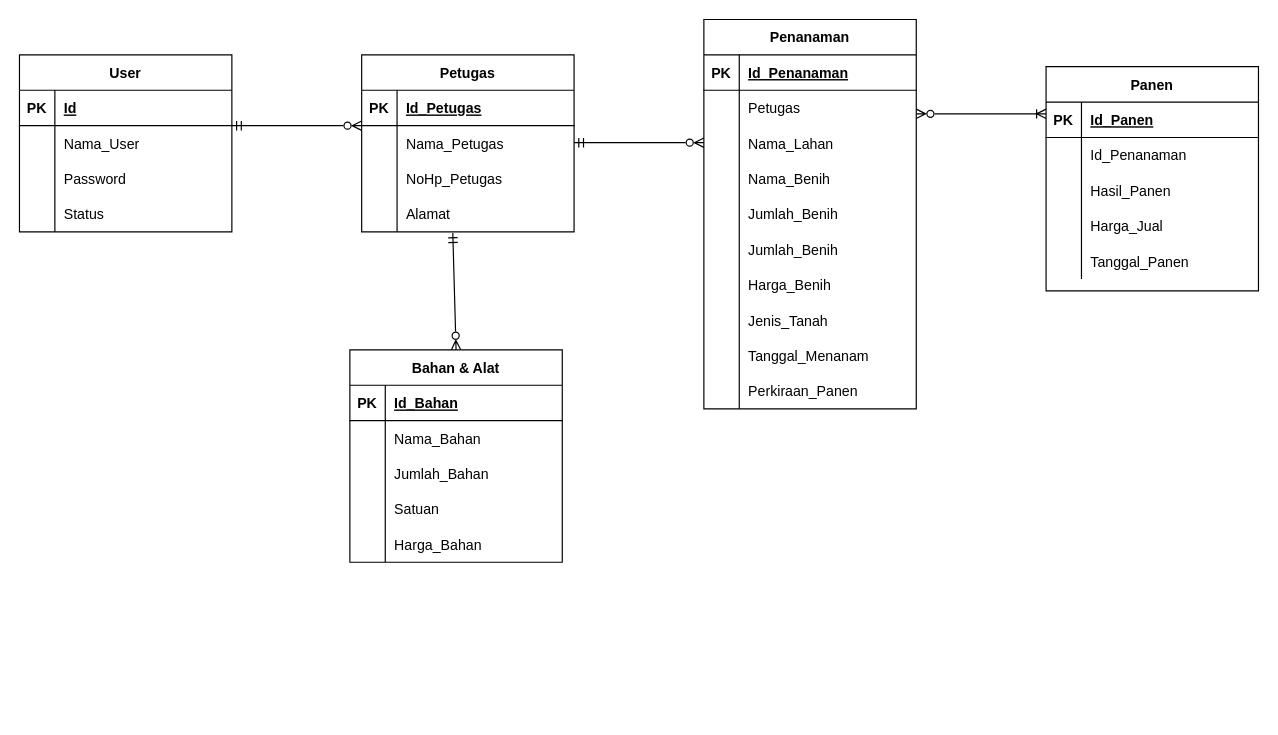
The draw.io diagram pertemuan 3/Pertemuan 3.drawio in ramabhagadhara/IF214002, before the edit. Source tidied: cells renumbered, new cells numbered last; positions are measured from the earlier drawing's top-left corner, leaving out a move shared by most shapes. Both pictures are drawn from the tidied source at 118%, with x=0, y=0 at pixel (19, 19).
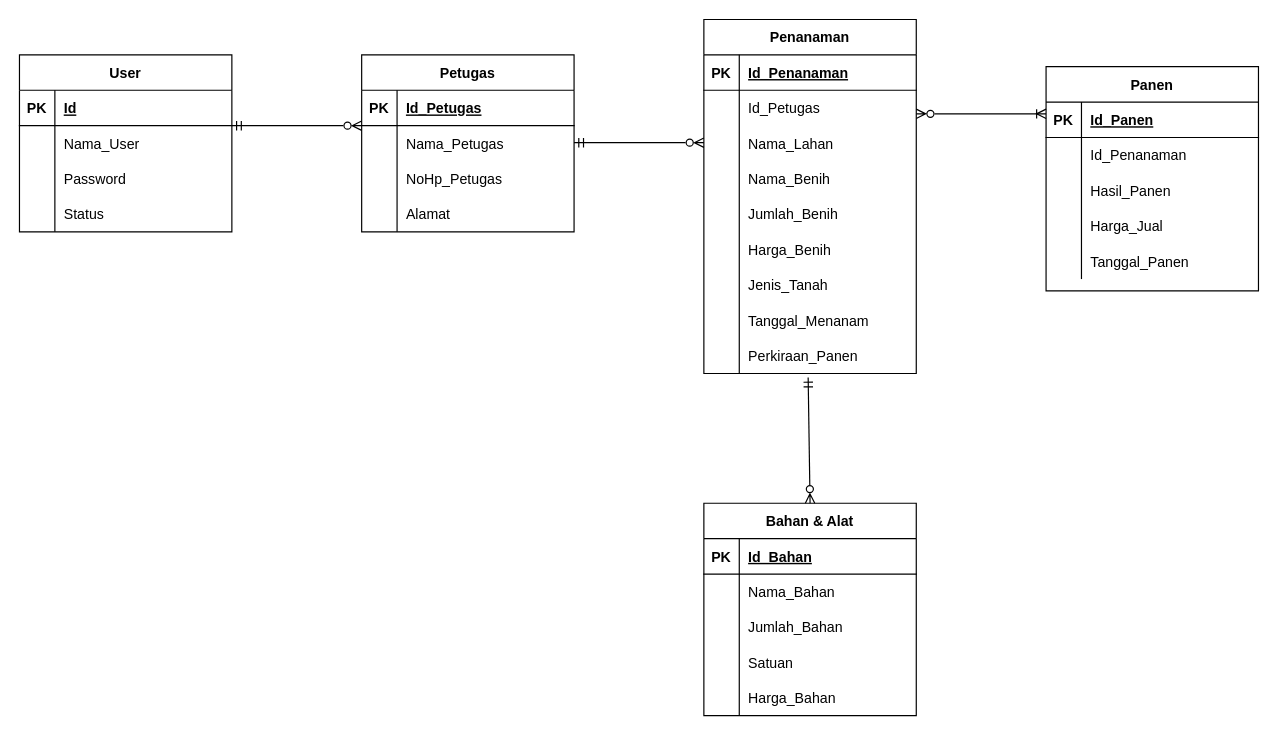
The same page after the edit.

Unchanged cells that the change refers to:
```xml
<mxCell id="22" style="shape=tableRow;horizontal=0;startSize=0;swimlaneHead=0;swimlaneBody=0;fillColor=none;top=0;left=0;right=0;bottom=0;" parent="18" vertex="1">
  <mxGeometry y="60" width="180" height="30" as="geometry" />
</mxCell>
<mxCell id="59" style="shape=tableRow;horizontal=0;startSize=0;swimlaneHead=0;swimlaneBody=0;fillColor=none;points=[[0,0.5],[1,0.5]];portConstraint=eastwest;top=0;left=0;right=0;bottom=0;" parent="49" vertex="1">
  <mxGeometry y="120" width="180" height="30" as="geometry" />
</mxCell>
```

What changed in the source:
```diff
@@
     <mxCell id="18" value="Penanaman" style="shape=table;startSize=30;childLayout=tableLayout;rowLines=0;fontStyle=1;align=center;" parent="1" vertex="1">
-      <mxGeometry x="580" width="180" height="330" as="geometry" />
+      <mxGeometry x="580" width="180" height="300" as="geometry" />
     </mxCell>
@@
-    <mxCell id="24" value="Petugas" style="shape=partialRectangle;fillColor=none;top=0;left=0;bottom=0;right=0;align=left;spacingLeft=6;overflow=hidden;" parent="22" vertex="1">
+    <mxCell id="24" value="Id_Petugas" style="shape=partialRectangle;fillColor=none;top=0;left=0;bottom=0;right=0;align=left;spacingLeft=6;overflow=hidden;" parent="22" vertex="1">
       <mxGeometry x="30" width="150" height="30" as="geometry" />
     </mxCell>
@@
-    <mxCell id="34" style="shape=tableRow;horizontal=0;startSize=0;swimlaneHead=0;swimlaneBody=0;fillColor=none;top=0;left=0;right=0;bottom=0;" parent="18" vertex="1">
-      <mxGeometry y="180" width="180" height="30" as="geometry" />
-    </mxCell>
-    <mxCell id="35" style="shape=partialRectangle;fillColor=none;top=0;left=0;bottom=0;right=0;overflow=hidden;" parent="34" vertex="1">
-      <mxGeometry width="30" height="30" as="geometry" />
-    </mxCell>
-    <mxCell id="36" value="Jumlah_Benih" style="shape=partialRectangle;fillColor=none;top=0;left=0;bottom=0;right=0;align=left;spacingLeft=6;overflow=hidden;" parent="34" vertex="1">
-      <mxGeometry x="30" width="150" height="30" as="geometry" />
-    </mxCell>
     <mxCell id="37" style="shape=tableRow;horizontal=0;startSize=0;swimlaneHead=0;swimlaneBody=0;fillColor=none;top=0;left=0;right=0;bottom=0;" parent="18" vertex="1">
-      <mxGeometry y="210" width="180" height="30" as="geometry" />
+      <mxGeometry y="180" width="180" height="30" as="geometry" />
     </mxCell>
@@
     <mxCell id="40" style="shape=tableRow;horizontal=0;startSize=0;swimlaneHead=0;swimlaneBody=0;fillColor=none;top=0;left=0;right=0;bottom=0;" parent="18" vertex="1">
-      <mxGeometry y="240" width="180" height="30" as="geometry" />
+      <mxGeometry y="210" width="180" height="30" as="geometry" />
     </mxCell>
@@
     <mxCell id="43" style="shape=tableRow;horizontal=0;startSize=0;swimlaneHead=0;swimlaneBody=0;fillColor=none;top=0;left=0;right=0;bottom=0;" parent="18" vertex="1">
-      <mxGeometry y="270" width="180" height="30" as="geometry" />
+      <mxGeometry y="240" width="180" height="30" as="geometry" />
     </mxCell>
@@
     <mxCell id="46" style="shape=tableRow;horizontal=0;startSize=0;swimlaneHead=0;swimlaneBody=0;fillColor=none;points=[[0,0.5],[1,0.5]];portConstraint=eastwest;top=0;left=0;right=0;bottom=0;" parent="18" vertex="1">
-      <mxGeometry y="300" width="180" height="30" as="geometry" />
+      <mxGeometry y="270" width="180" height="30" as="geometry" />
     </mxCell>
@@
     <mxCell id="75" value="Bahan &amp; Alat" style="shape=table;startSize=30;childLayout=tableLayout;rowLines=0;fontStyle=1;align=center;" parent="1" vertex="1">
-      <mxGeometry x="280" y="280" width="180" height="180" as="geometry" />
+      <mxGeometry x="580" y="410" width="180" height="180" as="geometry" />
     </mxCell>
@@
-    <mxCell id="94" style="endArrow=ERzeroToMany;startArrow=ERmandOne;html=1;rounded=0;startFill=0;endFill=0;exitX=0.429;exitY=1.033;exitDx=0;exitDy=0;exitPerimeter=0;entryX=0.5;entryY=0;entryDx=0;entryDy=0;" parent="1" edge="1" source="59" target="75">
+    <mxCell id="94" style="endArrow=ERzeroToMany;startArrow=ERmandOne;html=1;rounded=0;startFill=0;endFill=0;exitX=0.491;exitY=1.112;exitDx=0;exitDy=0;exitPerimeter=0;entryX=0.5;entryY=0;entryDx=0;entryDy=0;" parent="1" edge="1" source="46" target="75">
       <mxGeometry relative="1" as="geometry" />
     </mxCell>
```
